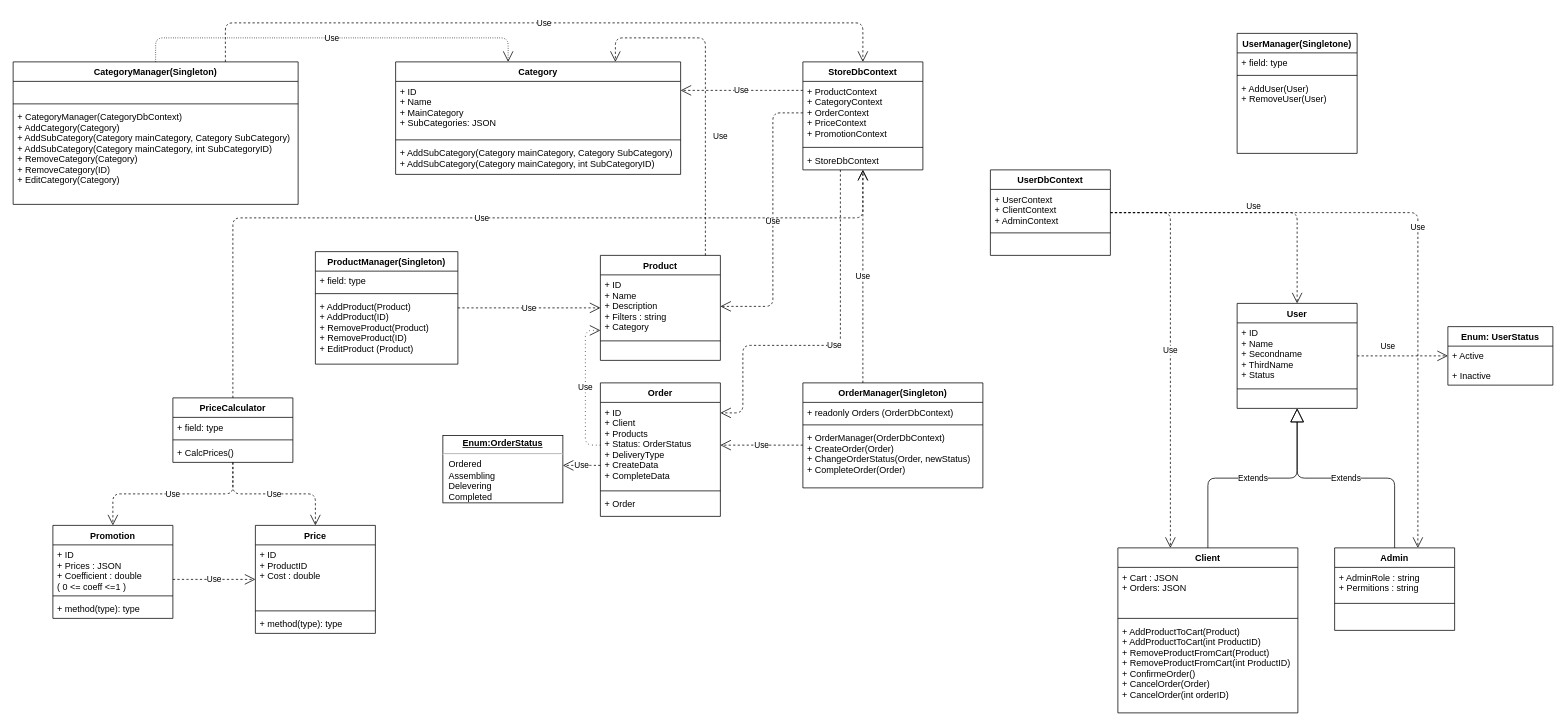
Earlier version of the draw.io diagram UML Diagram.drawio (ArtemGB/AlpakaStore). Source tidied: cells renumbered, new cells numbered last; positions are measured from the earlier drawing's top-left corner, leaving out a move shared by most shapes. Both pictures are drawn from the tidied source at 75%, with x=0, y=0 at pixel (13, 22).
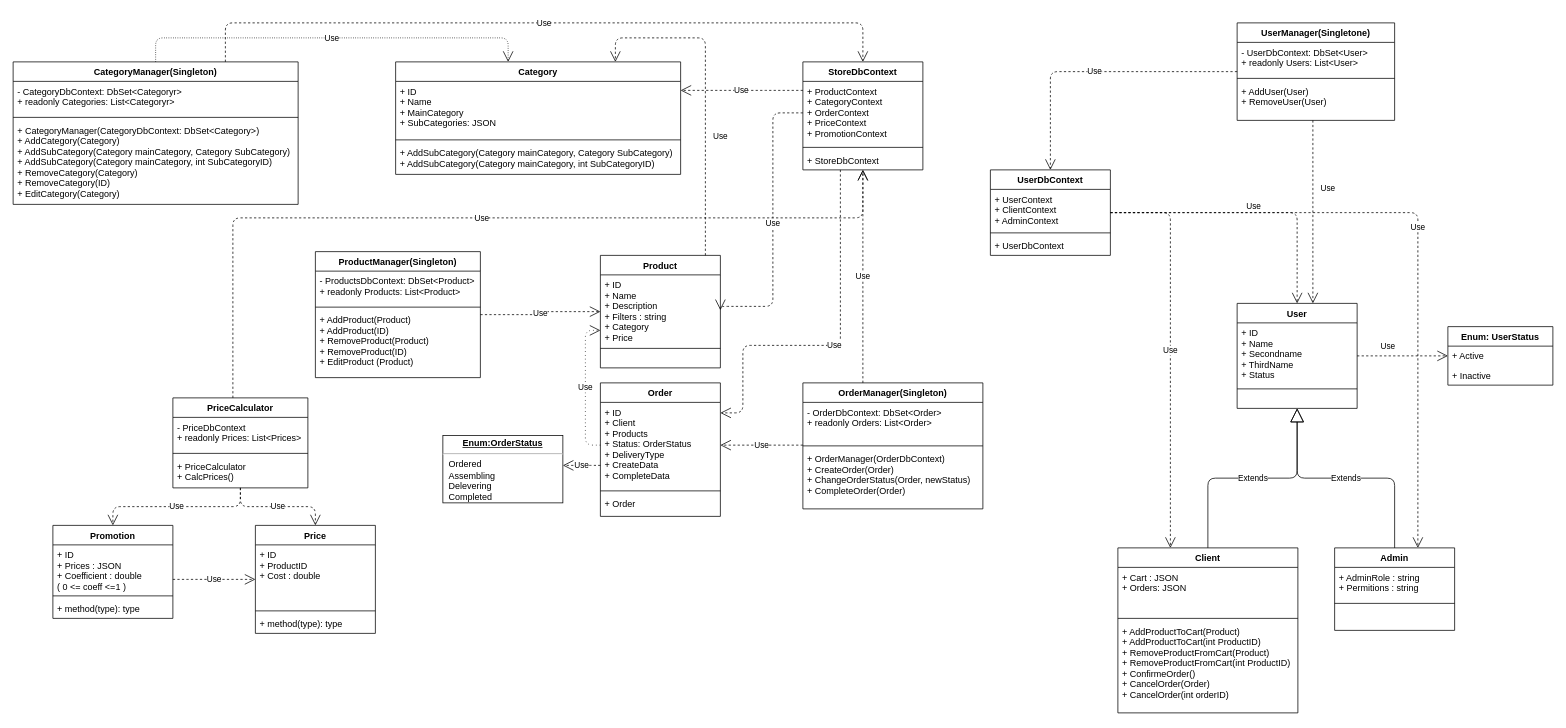
The same diagram, later.

Unchanged cells that the change refers to:
```xml
<mxCell id="17" value="User" style="swimlane;fontStyle=1;align=center;verticalAlign=top;horizontal=1;startSize=26;" parent="1" vertex="1">
  <mxGeometry x="1632" y="374" width="160" height="140" as="geometry" />
</mxCell>
<mxCell id="46" value="CategoryManager(Singleton)" style="swimlane;fontStyle=1;align=center;verticalAlign=top;horizontal=1;startSize=26;" parent="1" vertex="1">
  <mxGeometry y="52" width="380" height="190" as="geometry" />
</mxCell>
<mxCell id="53" value="UserDbContext" style="swimlane;fontStyle=1;align=center;verticalAlign=top;horizontal=1;startSize=26;" parent="1" vertex="1">
  <mxGeometry x="1303" y="196" width="160" height="114" as="geometry" />
</mxCell>
```

What changed in the source:
```diff
@@
     <mxCell id="5" value="Product" style="swimlane;fontStyle=1;align=center;verticalAlign=top;horizontal=1;startSize=26;" parent="1" vertex="1">
-      <mxGeometry x="783" y="310" width="160" height="140" as="geometry" />
+      <mxGeometry x="783" y="310" width="160" height="150" as="geometry" />
     </mxCell>
-    <mxCell id="6" value="+ ID&#10;+ Name&#10;+ Description&#10;+ Filters : string&#10;+ Category" style="text;strokeColor=none;fillColor=none;align=left;verticalAlign=top;spacingLeft=4;spacingRight=4;overflow=hidden;points=[[0,0.5],[1,0.5]];portConstraint=eastwest;" parent="5" vertex="1">
-      <mxGeometry y="26" width="160" height="84" as="geometry" />
+    <mxCell id="6" value="+ ID&#10;+ Name&#10;+ Description&#10;+ Filters : string&#10;+ Category&#10;+ Price" style="text;strokeColor=none;fillColor=none;align=left;verticalAlign=top;spacingLeft=4;spacingRight=4;overflow=hidden;points=[[0,0.5],[1,0.5]];portConstraint=eastwest;" parent="5" vertex="1">
+      <mxGeometry y="26" width="160" height="94" as="geometry" />
     </mxCell>
     <mxCell id="7" style="line;strokeWidth=1;fillColor=none;align=left;verticalAlign=middle;spacingTop=-1;spacingLeft=3;spacingRight=3;labelPosition=right;" parent="5" vertex="1">
-      <mxGeometry y="110" width="160" height="8" as="geometry" />
+      <mxGeometry y="120" width="160" height="8" as="geometry" />
     </mxCell>
     <mxCell id="8" value=" " style="text;strokeColor=none;fillColor=none;align=left;verticalAlign=top;spacingLeft=4;spacingRight=4;overflow=hidden;" parent="5" vertex="1">
-      <mxGeometry y="118" width="160" height="22" as="geometry" />
+      <mxGeometry y="128" width="160" height="22" as="geometry" />
     </mxCell>
@@
     <mxCell id="36" value="OrderManager(Singleton)" style="swimlane;fontStyle=1;align=center;verticalAlign=top;horizontal=1;startSize=26;" parent="1" vertex="1">
-      <mxGeometry x="1053" y="480" width="240" height="140" as="geometry" />
+      <mxGeometry x="1053" y="480" width="240" height="168" as="geometry" />
     </mxCell>
-    <mxCell id="37" value="+ readonly Orders (OrderDbContext)" style="text;strokeColor=none;fillColor=none;align=left;verticalAlign=top;spacingLeft=4;spacingRight=4;overflow=hidden;" parent="36" vertex="1">
-      <mxGeometry y="26" width="240" height="26" as="geometry" />
+    <mxCell id="37" value="- OrderDbContext: DbSet&lt;Order&gt;&#10;+ readonly Orders: List&lt;Order&gt;" style="text;strokeColor=none;fillColor=none;align=left;verticalAlign=top;spacingLeft=4;spacingRight=4;overflow=hidden;" parent="36" vertex="1">
+      <mxGeometry y="26" width="240" height="54" as="geometry" />
     </mxCell>
     <mxCell id="38" style="line;strokeWidth=1;fillColor=none;align=left;verticalAlign=middle;spacingTop=-1;spacingLeft=3;spacingRight=3;labelPosition=right;" parent="36" vertex="1">
-      <mxGeometry y="52" width="240" height="8" as="geometry" />
+      <mxGeometry y="80" width="240" height="8" as="geometry" />
     </mxCell>
     <mxCell id="39" value="+ OrderManager(OrderDbContext)&#10;+ CreateOrder(Order)&#10;+ ChangeOrderStatus(Order, newStatus)&#10;+ CompleteOrder(Order)" style="text;strokeColor=none;fillColor=none;align=left;verticalAlign=top;spacingLeft=4;spacingRight=4;overflow=hidden;" parent="36" vertex="1">
-      <mxGeometry y="60" width="240" height="80" as="geometry" />
+      <mxGeometry y="88" width="240" height="80" as="geometry" />
     </mxCell>
@@
-    <mxCell id="47" value=" " style="text;strokeColor=none;fillColor=none;align=left;verticalAlign=top;spacingLeft=4;spacingRight=4;overflow=hidden;" parent="46" vertex="1">
-      <mxGeometry y="26" width="380" height="26" as="geometry" />
+    <mxCell id="47" value="- CategoryDbContext: DbSet&lt;Categoryr&gt;&#10;+ readonly Categories: List&lt;Categoryr&gt;" style="text;strokeColor=none;fillColor=none;align=left;verticalAlign=top;spacingLeft=4;spacingRight=4;overflow=hidden;" parent="46" vertex="1">
+      <mxGeometry y="26" width="380" height="44" as="geometry" />
     </mxCell>
     <mxCell id="48" style="line;strokeWidth=1;fillColor=none;align=left;verticalAlign=middle;spacingTop=-1;spacingLeft=3;spacingRight=3;labelPosition=right;" parent="46" vertex="1">
-      <mxGeometry y="52" width="380" height="8" as="geometry" />
+      <mxGeometry y="70" width="380" height="8" as="geometry" />
     </mxCell>
-    <mxCell id="49" value="+ CategoryManager(CategoryDbContext)&#10;+ AddCategory(Category)&#10;+ AddSubCategory(Category mainCategory, Category SubCategory)&#10;+ AddSubCategory(Category mainCategory, int SubCategoryID)&#10;+ RemoveCategory(Category)&#10;+ RemoveCategory(ID)&#10;+ EditCategory(Category)" style="text;strokeColor=none;fillColor=none;align=left;verticalAlign=top;spacingLeft=4;spacingRight=4;overflow=hidden;" parent="46" vertex="1">
-      <mxGeometry y="60" width="380" height="130" as="geometry" />
+    <mxCell id="49" value="+ CategoryManager(CategoryDbContext: DbSet&lt;Category&gt;)&#10;+ AddCategory(Category)&#10;+ AddSubCategory(Category mainCategory, Category SubCategory)&#10;+ AddSubCategory(Category mainCategory, int SubCategoryID)&#10;+ RemoveCategory(Category)&#10;+ RemoveCategory(ID)&#10;+ EditCategory(Category)" style="text;strokeColor=none;fillColor=none;align=left;verticalAlign=top;spacingLeft=4;spacingRight=4;overflow=hidden;" parent="46" vertex="1">
+      <mxGeometry y="78" width="380" height="112" as="geometry" />
     </mxCell>
@@
-    <mxCell id="56" value=" " style="text;strokeColor=none;fillColor=none;align=left;verticalAlign=top;spacingLeft=4;spacingRight=4;overflow=hidden;" parent="53" vertex="1">
+    <mxCell id="56" value="+ UserDbContext" style="text;strokeColor=none;fillColor=none;align=left;verticalAlign=top;spacingLeft=4;spacingRight=4;overflow=hidden;" parent="53" vertex="1">
       <mxGeometry y="88" width="160" height="26" as="geometry" />
     </mxCell>
@@
     <mxCell id="69" value="PriceCalculator" style="swimlane;fontStyle=1;align=center;verticalAlign=top;horizontal=1;startSize=26;" parent="1" vertex="1">
-      <mxGeometry x="213" y="500" width="160" height="86" as="geometry" />
+      <mxGeometry x="213" y="500" width="180" height="120" as="geometry" />
     </mxCell>
-    <mxCell id="70" value="+ field: type" style="text;strokeColor=none;fillColor=none;align=left;verticalAlign=top;spacingLeft=4;spacingRight=4;overflow=hidden;" parent="69" vertex="1">
-      <mxGeometry y="26" width="160" height="26" as="geometry" />
+    <mxCell id="70" value="- PriceDbContext&#10;+ readonly Prices: List&lt;Prices&gt;" style="text;strokeColor=none;fillColor=none;align=left;verticalAlign=top;spacingLeft=4;spacingRight=4;overflow=hidden;" parent="69" vertex="1">
+      <mxGeometry y="26" width="180" height="44" as="geometry" />
     </mxCell>
     <mxCell id="71" style="line;strokeWidth=1;fillColor=none;align=left;verticalAlign=middle;spacingTop=-1;spacingLeft=3;spacingRight=3;labelPosition=right;" parent="69" vertex="1">
-      <mxGeometry y="52" width="160" height="8" as="geometry" />
+      <mxGeometry y="70" width="180" height="8" as="geometry" />
     </mxCell>
-    <mxCell id="72" value="+ CalcPrices()" style="text;strokeColor=none;fillColor=none;align=left;verticalAlign=top;spacingLeft=4;spacingRight=4;overflow=hidden;" parent="69" vertex="1">
-      <mxGeometry y="60" width="160" height="26" as="geometry" />
+    <mxCell id="72" value="+ PriceCalculator&#10;+ CalcPrices()" style="text;strokeColor=none;fillColor=none;align=left;verticalAlign=top;spacingLeft=4;spacingRight=4;overflow=hidden;" parent="69" vertex="1">
+      <mxGeometry y="78" width="180" height="42" as="geometry" />
     </mxCell>
@@
     <mxCell id="77" value="ProductManager(Singleton)" style="swimlane;fontStyle=1;align=center;verticalAlign=top;horizontal=1;startSize=26;" parent="1" vertex="1">
-      <mxGeometry x="403" y="305" width="190" height="150" as="geometry" />
+      <mxGeometry x="403" y="305" width="220" height="168" as="geometry" />
     </mxCell>
-    <mxCell id="78" value="+ field: type" style="text;strokeColor=none;fillColor=none;align=left;verticalAlign=top;spacingLeft=4;spacingRight=4;overflow=hidden;" parent="77" vertex="1">
-      <mxGeometry y="26" width="190" height="26" as="geometry" />
+    <mxCell id="78" value="- ProductsDbContext: DbSet&lt;Product&gt;&#10;+ readonly Products: List&lt;Product&gt;" style="text;strokeColor=none;fillColor=none;align=left;verticalAlign=top;spacingLeft=4;spacingRight=4;overflow=hidden;" parent="77" vertex="1">
+      <mxGeometry y="26" width="220" height="44" as="geometry" />
     </mxCell>
     <mxCell id="79" style="line;strokeWidth=1;fillColor=none;align=left;verticalAlign=middle;spacingTop=-1;spacingLeft=3;spacingRight=3;labelPosition=right;" parent="77" vertex="1">
-      <mxGeometry y="52" width="190" height="8" as="geometry" />
+      <mxGeometry y="70" width="220" height="8" as="geometry" />
     </mxCell>
     <mxCell id="80" value="+ AddProduct(Product)&#10;+ AddProduct(ID)&#10;+ RemoveProduct(Product)&#10;+ RemoveProduct(ID)&#10;+ EditProduct (Product)" style="text;strokeColor=none;fillColor=none;align=left;verticalAlign=top;spacingLeft=4;spacingRight=4;overflow=hidden;" parent="77" vertex="1">
-      <mxGeometry y="60" width="190" height="90" as="geometry" />
+      <mxGeometry y="78" width="220" height="90" as="geometry" />
     </mxCell>
     <mxCell id="81" value="UserManager(Singletone)" style="swimlane;fontStyle=1;align=center;verticalAlign=top;horizontal=1;startSize=26;" parent="1" vertex="1">
-      <mxGeometry x="1632" y="14" width="160" height="160" as="geometry" />
+      <mxGeometry x="1632" width="210" height="130" as="geometry" />
     </mxCell>
-    <mxCell id="82" value="+ field: type" style="text;strokeColor=none;fillColor=none;align=left;verticalAlign=top;spacingLeft=4;spacingRight=4;overflow=hidden;" parent="81" vertex="1">
-      <mxGeometry y="26" width="160" height="26" as="geometry" />
+    <mxCell id="82" value="- UserDbContext: DbSet&lt;User&gt;&#10;+ readonly Users: List&lt;User&gt;" style="text;strokeColor=none;fillColor=none;align=left;verticalAlign=top;spacingLeft=4;spacingRight=4;overflow=hidden;" parent="81" vertex="1">
+      <mxGeometry y="26" width="210" height="44" as="geometry" />
     </mxCell>
     <mxCell id="83" style="line;strokeWidth=1;fillColor=none;align=left;verticalAlign=middle;spacingTop=-1;spacingLeft=3;spacingRight=3;labelPosition=right;" parent="81" vertex="1">
-      <mxGeometry y="52" width="160" height="8" as="geometry" />
+      <mxGeometry y="70" width="210" height="8" as="geometry" />
     </mxCell>
     <mxCell id="84" value="+ AddUser(User)&#10;+ RemoveUser(User)" style="text;strokeColor=none;fillColor=none;align=left;verticalAlign=top;spacingLeft=4;spacingRight=4;overflow=hidden;" parent="81" vertex="1">
-      <mxGeometry y="60" width="160" height="100" as="geometry" />
+      <mxGeometry y="78" width="210" height="52" as="geometry" />
     </mxCell>
@@
+    <mxCell id="87" value="Use" style="endArrow=open;endSize=12;dashed=1;html=1;edgeStyle=orthogonalEdgeStyle;" parent="1" edge="1" source="81" target="17">
+      <mxGeometry x="-0.26" y="20" relative="1" as="geometry">
+        <Array as="points">
+          <mxPoint x="1733" y="310" />
+          <mxPoint x="1733" y="310" />
+        </Array>
+      </mxGeometry>
+    </mxCell>
+    <mxCell id="88" value="Use" style="endArrow=open;endSize=12;dashed=1;html=1;edgeStyle=orthogonalEdgeStyle;" parent="1" edge="1" source="81" target="53">
+      <mxGeometry relative="1" as="geometry" />
+    </mxCell>
```
